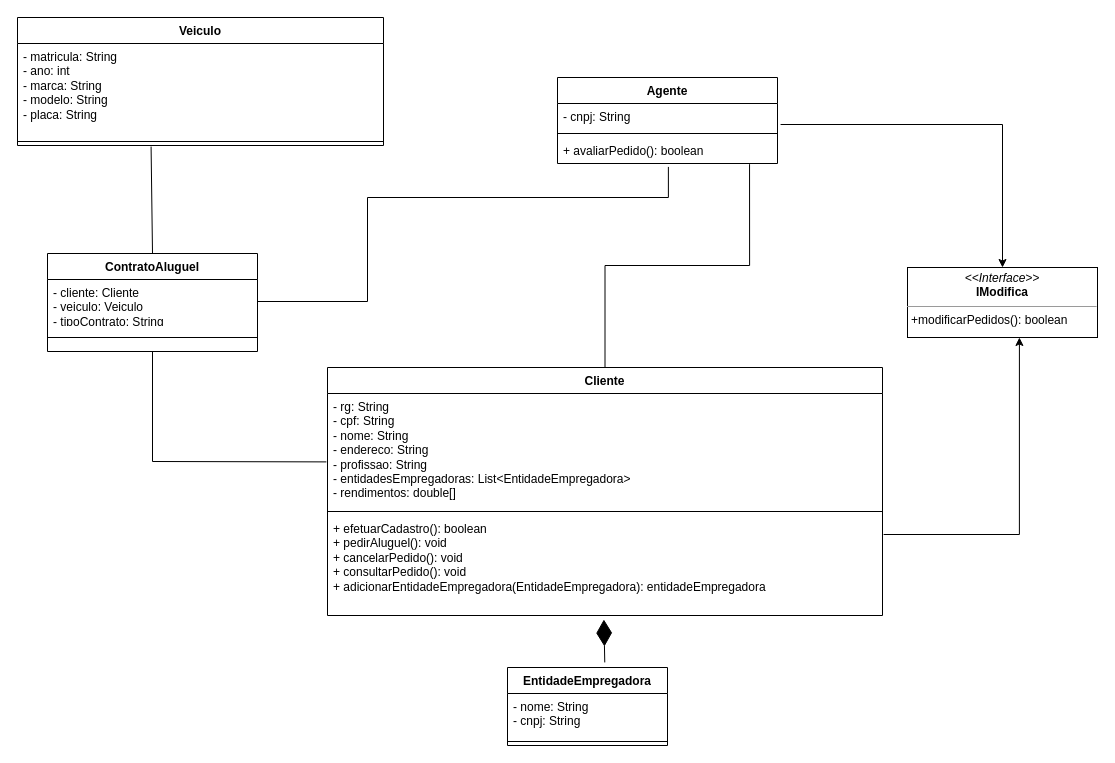
samuelincoln1/LDS-lab02 keeps this draw.io diagram as projeto/diagrama_classes.drawio. Above is the earlier version. Source tidied: cells renumbered, new cells numbered last; positions are measured from the earlier drawing's top-left corner, leaving out a move shared by most shapes. Both pictures are drawn from the tidied source at 100%, with x=0, y=0 at pixel (17, 17).
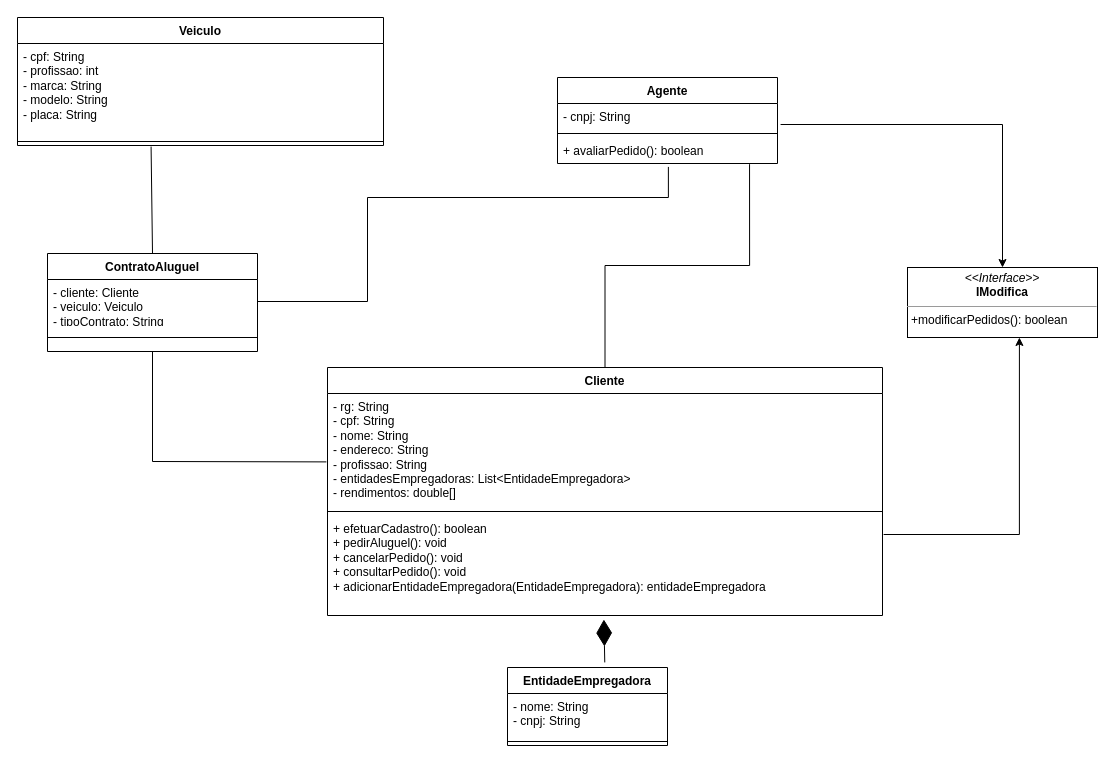
The same page after the edit.

Unchanged cells that the change refers to:
```xml
<mxCell id="17" value="Veiculo" style="swimlane;fontStyle=1;align=center;verticalAlign=top;horizontal=1;startSize=26;whiteSpace=wrap;html=1;" parent="1" vertex="1">
  <mxGeometry width="366" height="128" as="geometry" />
</mxCell>
```

Change to the diagram source:
```diff
@@
-    <mxCell id="18" value="- matricula: String&lt;br&gt;- ano: int&lt;br&gt;- marca: String&lt;br&gt;- modelo: String&lt;br&gt;- placa: String" style="text;strokeColor=none;fillColor=none;align=left;verticalAlign=top;spacingLeft=4;spacingRight=4;overflow=hidden;whiteSpace=wrap;html=1;" parent="17" vertex="1">
+    <mxCell id="18" value="- cpf: String&lt;br&gt;- profissao: int&lt;br&gt;- marca: String&lt;br&gt;- modelo: String&lt;br&gt;- placa: String" style="text;strokeColor=none;fillColor=none;align=left;verticalAlign=top;spacingLeft=4;spacingRight=4;overflow=hidden;whiteSpace=wrap;html=1;" parent="17" vertex="1">
       <mxGeometry y="26" width="366" height="94" as="geometry" />
     </mxCell>
```
